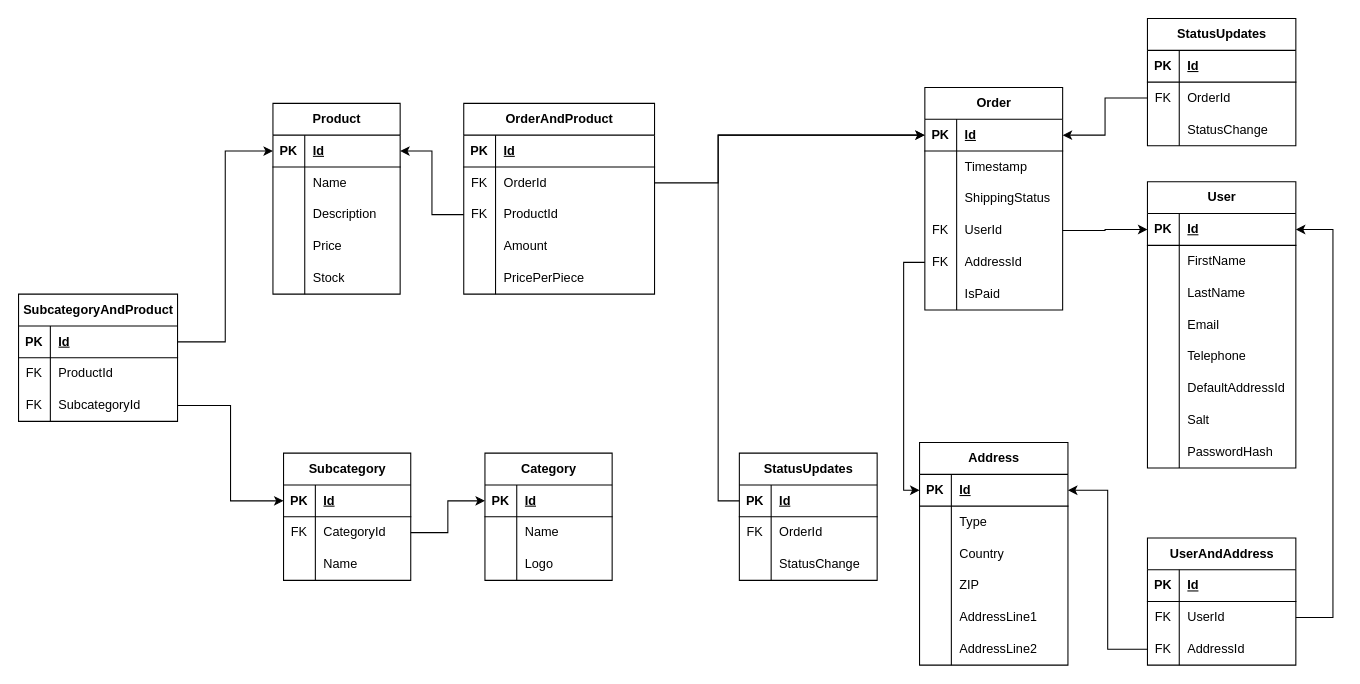
Before: Documentation/Ecommerce ER.drawio in shekelboi/EcommerceDatabase, a draw.io diagram. Source tidied: cells renumbered, new cells numbered last; positions are measured from the earlier drawing's top-left corner, leaving out a move shared by most shapes. Both pictures are drawn from the tidied source at 106%, with x=0, y=0 at pixel (18, 18).
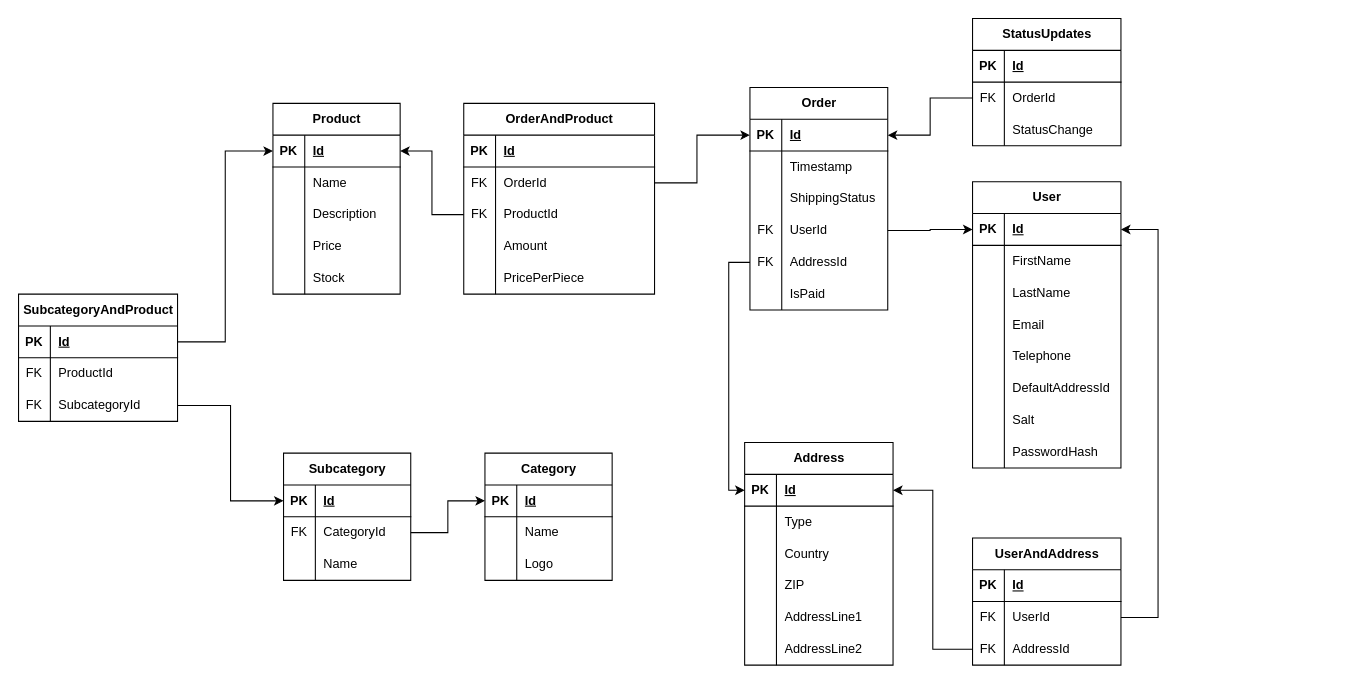
The same diagram, later.

Commit message (it also covers changes not shown here):
Fixed duplicate in the ER diagram

The change refers to these unchanged cells:
```xml
<mxCell id="52" style="shape=tableRow;horizontal=0;startSize=0;swimlaneHead=0;swimlaneBody=0;fillColor=none;points=[[0,0.5],[1,0.5]];portConstraint=eastwest;top=0;left=0;right=0;bottom=1;" parent="51" vertex="1">
  <mxGeometry y="30" width="130" height="30" as="geometry" />
</mxCell>
<mxCell id="74" style="shape=tableRow;horizontal=0;startSize=0;swimlaneHead=0;swimlaneBody=0;fillColor=none;points=[[0,0.5],[1,0.5]];portConstraint=eastwest;top=0;left=0;right=0;bottom=0;" parent="70" vertex="1">
  <mxGeometry y="60" width="180" height="30" as="geometry" />
</mxCell>
<mxCell id="100" style="shape=tableRow;horizontal=0;startSize=0;swimlaneHead=0;swimlaneBody=0;fillColor=none;points=[[0,0.5],[1,0.5]];portConstraint=eastwest;top=0;left=0;right=0;bottom=1;" parent="99" vertex="1">
  <mxGeometry y="30" width="140" height="30" as="geometry" />
</mxCell>
<mxCell id="140" style="shape=tableRow;horizontal=0;startSize=0;swimlaneHead=0;swimlaneBody=0;fillColor=none;points=[[0,0.5],[1,0.5]];portConstraint=eastwest;top=0;left=0;right=0;bottom=0;" parent="136" vertex="1">
  <mxGeometry y="60" width="140" height="30" as="geometry" />
</mxCell>
```

Diff of the diagram source:
```diff
@@
     <mxCell id="51" value="Order" style="shape=table;startSize=30;childLayout=tableLayout;rowLines=0;fontStyle=1;align=center;html=1;" parent="1" vertex="1">
-      <mxGeometry x="855" y="65" width="130" height="210" as="geometry" />
+      <mxGeometry x="690" y="65" width="130" height="210" as="geometry" />
     </mxCell>
@@
     <mxCell id="87" style="edgeStyle=orthogonalEdgeStyle;rounded=0;jettySize=auto;html=1;" parent="1" edge="1" source="74" target="52">
       <mxGeometry relative="1" as="geometry">
         <Array as="points">
-          <mxPoint x="660" y="155" />
-          <mxPoint x="660" y="110" />
+          <mxPoint x="640" y="155" />
+          <mxPoint x="640" y="110" />
         </Array>
       </mxGeometry>
     </mxCell>
     <mxCell id="88" value="StatusUpdates" style="shape=table;startSize=30;childLayout=tableLayout;rowLines=0;fontStyle=1;align=center;html=1;" parent="1" vertex="1">
-      <mxGeometry x="1065" width="140" height="120" as="geometry" />
+      <mxGeometry x="900" width="140" height="120" as="geometry" />
     </mxCell>
@@
     <mxCell id="99" value="User" style="shape=table;startSize=30;childLayout=tableLayout;rowLines=0;fontStyle=1;align=center;html=1;" parent="1" vertex="1">
-      <mxGeometry x="1065" y="154" width="140" height="270" as="geometry" />
+      <mxGeometry x="900" y="154" width="140" height="270" as="geometry" />
     </mxCell>
@@
-    <mxCell id="125" value="StatusUpdates" style="shape=table;startSize=30;childLayout=tableLayout;rowLines=0;fontStyle=1;align=center;html=1;" parent="1" vertex="1">
-      <mxGeometry x="680" y="410" width="130" height="120" as="geometry" />
-    </mxCell>
-    <mxCell id="126" style="shape=tableRow;horizontal=0;startSize=0;swimlaneHead=0;swimlaneBody=0;fillColor=none;points=[[0,0.5],[1,0.5]];portConstraint=eastwest;top=0;left=0;right=0;bottom=1;" parent="125" vertex="1">
-      <mxGeometry y="30" width="130" height="30" as="geometry" />
-    </mxCell>
-    <mxCell id="127" value="PK" style="shape=partialRectangle;fillColor=none;top=0;left=0;bottom=0;right=0;fontStyle=1;overflow=hidden;whiteSpace=wrap;html=1;" parent="126" vertex="1">
-      <mxGeometry width="30" height="30" as="geometry" />
-    </mxCell>
-    <mxCell id="128" value="Id" style="shape=partialRectangle;fillColor=none;top=0;left=0;bottom=0;right=0;align=left;spacingLeft=6;fontStyle=5;overflow=hidden;whiteSpace=wrap;html=1;" parent="126" vertex="1">
-      <mxGeometry x="30" width="100" height="30" as="geometry" />
-    </mxCell>
-    <mxCell id="129" style="shape=tableRow;horizontal=0;startSize=0;swimlaneHead=0;swimlaneBody=0;fillColor=none;top=0;left=0;right=0;bottom=0;" parent="125" vertex="1">
-      <mxGeometry y="60" width="130" height="30" as="geometry" />
-    </mxCell>
-    <mxCell id="130" value="FK" style="shape=partialRectangle;fillColor=none;top=0;left=0;bottom=0;right=0;overflow=hidden;whiteSpace=wrap;html=1;" parent="129" vertex="1">
-      <mxGeometry width="30" height="30" as="geometry" />
-    </mxCell>
-    <mxCell id="131" value="OrderId" style="shape=partialRectangle;fillColor=none;top=0;left=0;bottom=0;right=0;align=left;spacingLeft=6;overflow=hidden;whiteSpace=wrap;html=1;" parent="129" vertex="1">
-      <mxGeometry x="30" width="100" height="30" as="geometry" />
-    </mxCell>
-    <mxCell id="132" style="shape=tableRow;horizontal=0;startSize=0;swimlaneHead=0;swimlaneBody=0;fillColor=none;top=0;left=0;right=0;bottom=0;" parent="125" vertex="1">
-      <mxGeometry y="90" width="130" height="30" as="geometry" />
-    </mxCell>
-    <mxCell id="133" style="shape=partialRectangle;fillColor=none;top=0;left=0;bottom=0;right=0;overflow=hidden;whiteSpace=wrap;html=1;" parent="132" vertex="1">
-      <mxGeometry width="30" height="30" as="geometry" />
-    </mxCell>
-    <mxCell id="134" value="StatusChange" style="shape=partialRectangle;fillColor=none;top=0;left=0;bottom=0;right=0;align=left;spacingLeft=6;overflow=hidden;whiteSpace=wrap;html=1;" parent="132" vertex="1">
-      <mxGeometry x="30" width="100" height="30" as="geometry" />
-    </mxCell>
-    <mxCell id="135" style="edgeStyle=orthogonalEdgeStyle;rounded=0;jettySize=auto;html=1;entryX=0;entryY=0.5;entryDx=0;entryDy=0;" parent="1" edge="1" source="126" target="52">
-      <mxGeometry relative="1" as="geometry">
-        <Array as="points">
-          <mxPoint x="660" y="455" />
-          <mxPoint x="660" y="110" />
-        </Array>
-      </mxGeometry>
-    </mxCell>
     <mxCell id="136" value="UserAndAddress" style="shape=table;startSize=30;childLayout=tableLayout;rowLines=0;fontStyle=1;align=center;html=1;" parent="1" vertex="1">
-      <mxGeometry x="1065" y="490" width="140" height="120" as="geometry" />
+      <mxGeometry x="900" y="490" width="140" height="120" as="geometry" />
     </mxCell>
@@
     <mxCell id="146" value="Address" style="shape=table;startSize=30;childLayout=tableLayout;rowLines=0;fontStyle=1;align=center;html=1;" parent="1" vertex="1">
-      <mxGeometry x="850" y="400" width="140" height="210" as="geometry" />
+      <mxGeometry x="685" y="400" width="140" height="210" as="geometry" />
     </mxCell>
@@
     <mxCell id="167" style="edgeStyle=orthogonalEdgeStyle;rounded=0;jettySize=auto;html=1;entryX=1;entryY=0.5;entryDx=0;entryDy=0;" parent="1" edge="1" source="140" target="100">
       <mxGeometry relative="1" as="geometry">
         <Array as="points">
-          <mxPoint x="1240" y="565" />
-          <mxPoint x="1240" y="199" />
+          <mxPoint x="1075" y="565" />
+          <mxPoint x="1075" y="199" />
         </Array>
       </mxGeometry>
     </mxCell>
```
